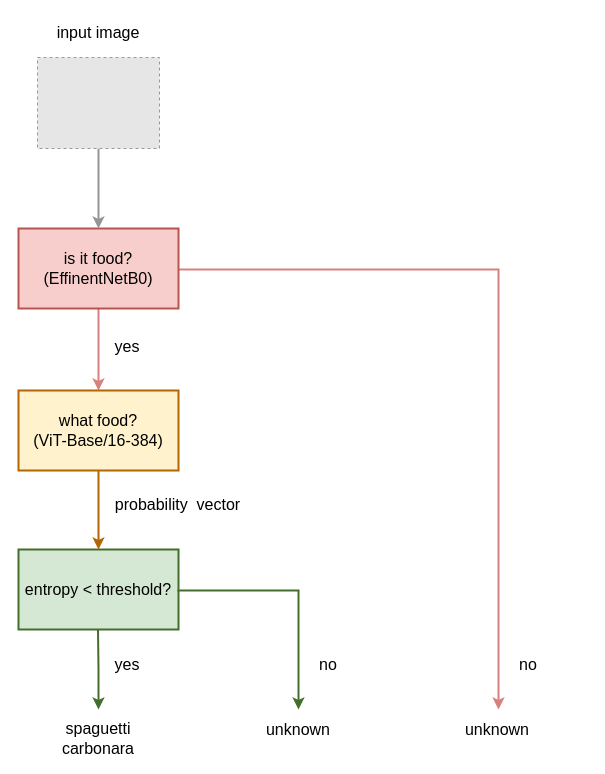
The draw.io diagram images/model_pipeline.drawio in sergio-sanz-rodriguez/Vision-Transformers-Image-Classification, before the edit. Source tidied: cells renumbered, new cells numbered last; positions are measured from the earlier drawing's top-left corner, leaving out a move shared by most shapes. Both pictures are drawn from the tidied source at 100%, with x=0, y=0 at pixel (18, 17). Pictures stored in the file or linked from it are replaced by grey dashed boxes.
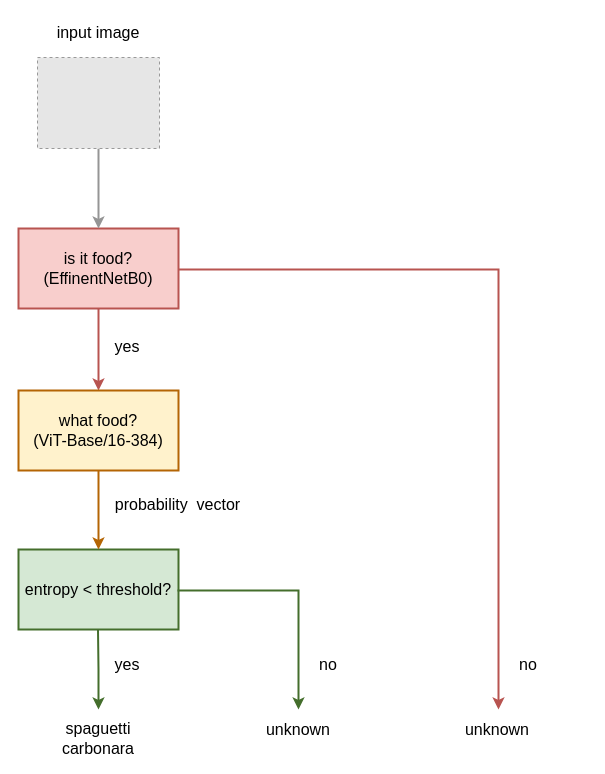
The same diagram, later.

Commit message (it also covers changes not shown here):
updated block diagram

The change refers to these unchanged cells:
```xml
<mxCell id="9" value="&lt;div&gt;&lt;span style=&quot;font-size: 16px;&quot;&gt;what food?&lt;/span&gt;&lt;/div&gt;&lt;div&gt;&lt;span style=&quot;font-size: 16px;&quot;&gt;(ViT-Base/16-384)&lt;/span&gt;&lt;/div&gt;" style="rounded=0;whiteSpace=wrap;html=1;fillColor=#fff2cc;strokeColor=light-dark(#B46504,#B46504);strokeWidth=2;gradientColor=none;" parent="1" vertex="1">
  <mxGeometry y="373" width="160" height="80" as="geometry" />
</mxCell>
```

Diff of the diagram source:
```diff
@@
-    <mxCell id="2" style="endArrow=classic;html=1;rounded=0;entryX=0.5;entryY=0;entryDx=0;entryDy=0;fillColor=#f8cecc;strokeColor=light-dark(#D7817E,#D7817E);strokeWidth=2;exitX=0.5;exitY=1;exitDx=0;exitDy=0;edgeStyle=orthogonalEdgeStyle;" parent="1" edge="1" source="7" target="9">
+    <mxCell id="2" style="endArrow=classic;html=1;rounded=0;entryX=0.5;entryY=0;entryDx=0;entryDy=0;fillColor=#f8cecc;strokeColor=light-dark(#B85450,#B85450);strokeWidth=2;exitX=0.5;exitY=1;exitDx=0;exitDy=0;edgeStyle=orthogonalEdgeStyle;" parent="1" edge="1" source="7" target="9">
       <mxGeometry relative="1" as="geometry" />
     </mxCell>
@@
-    <mxCell id="5" style="endArrow=classic;html=1;rounded=0;fillColor=#f8cecc;strokeColor=#D7817E;strokeWidth=2;exitX=1;exitY=0.5;exitDx=0;exitDy=0;edgeStyle=orthogonalEdgeStyle;" parent="1" edge="1" source="7">
+    <mxCell id="5" style="endArrow=classic;html=1;rounded=0;fillColor=#f8cecc;strokeColor=light-dark(#B85450,#B85450);strokeWidth=2;exitX=1;exitY=0.5;exitDx=0;exitDy=0;edgeStyle=orthogonalEdgeStyle;" parent="1" edge="1" source="7">
       <mxGeometry relative="1" as="geometry">
         <mxPoint x="480" y="692" as="targetPoint" />
         <Array as="points">
           <mxPoint x="160" y="252" />
           <mxPoint x="480" y="252" />
         </Array>
       </mxGeometry>
     </mxCell>
@@
-    <mxCell id="7" value="&lt;div&gt;&lt;span style=&quot;font-size: 16px;&quot;&gt;is it food?&lt;/span&gt;&lt;/div&gt;&lt;div&gt;&lt;span style=&quot;font-size: 16px;&quot;&gt;(EffinentNetB0)&lt;/span&gt;&lt;/div&gt;" style="rounded=0;whiteSpace=wrap;html=1;fillColor=#f8cecc;strokeColor=#B85450;strokeWidth=2;gradientColor=none;" parent="1" vertex="1">
+    <mxCell id="7" value="&lt;div&gt;&lt;span style=&quot;font-size: 16px;&quot;&gt;is it food?&lt;/span&gt;&lt;/div&gt;&lt;div&gt;&lt;span style=&quot;font-size: 16px;&quot;&gt;(EffinentNetB0)&lt;/span&gt;&lt;/div&gt;" style="rounded=0;whiteSpace=wrap;html=1;fillColor=#f8cecc;strokeColor=light-dark(#B85450,#B85450);strokeWidth=2;gradientColor=none;" parent="1" vertex="1">
       <mxGeometry y="211" width="160" height="80" as="geometry" />
     </mxCell>
```
